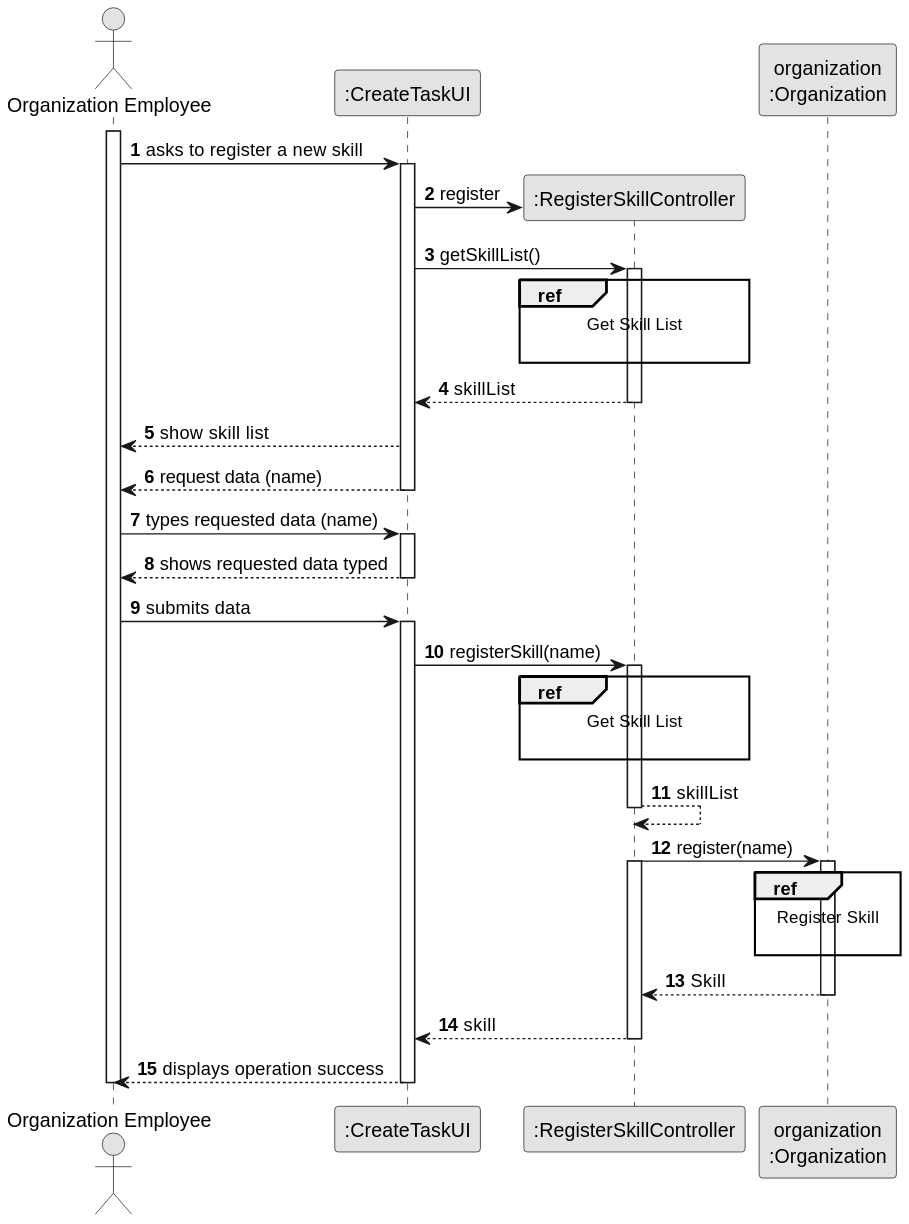
Above: docs/sprintB/us001/03.design/svg/us001-sequence-diagram-split.svg in SAEmanuel/Green_Spaces_Management_ISEP (PlantUML), before the change. Its diagram source:
```plantuml
@startuml
skinparam monochrome true
skinparam packageStyle rectangle
skinparam shadowing false

autonumber

actor "Organization Employee" as ADM
participant ":CreateTaskUI" as UI
participant ":RegisterSkillController" as CTRL
participant "organization\n:Organization" as ORG

activate ADM

    ADM -> UI : asks to register a new skill

    activate UI

        UI -> CTRL** : register
        UI -> CTRL : getSkillList()
        ref over CTRL
            Get Skill List

        end ref

        activate CTRL

            CTRL --> UI : skillList
        deactivate CTRL

        UI --> ADM : show skill list
        UI --> ADM : request data (name)

    deactivate UI


    deactivate UI

    ADM -> UI : types requested data (name)
    activate UI

        UI --> ADM : shows requested data typed
    deactivate UI

    ADM -> UI : submits data
    activate UI

        UI -> CTRL : registerSkill(name)
        activate CTRL



                ref over CTRL
                    Get Skill List

                end ref

                CTRL --> CTRL : skillList
            deactivate CTRL


            deactivate CTRL


            CTRL -> ORG: register(name)

            activate CTRL

            activate ORG

                ref over ORG
                    Register Skill

                end

                ORG --> CTRL : Skill
            deactivate ORG

            CTRL --> UI: skill
            deactivate CTRL
            UI --> ADM: displays operation success
    deactivate UI

deactivate ADM
@enduml
```
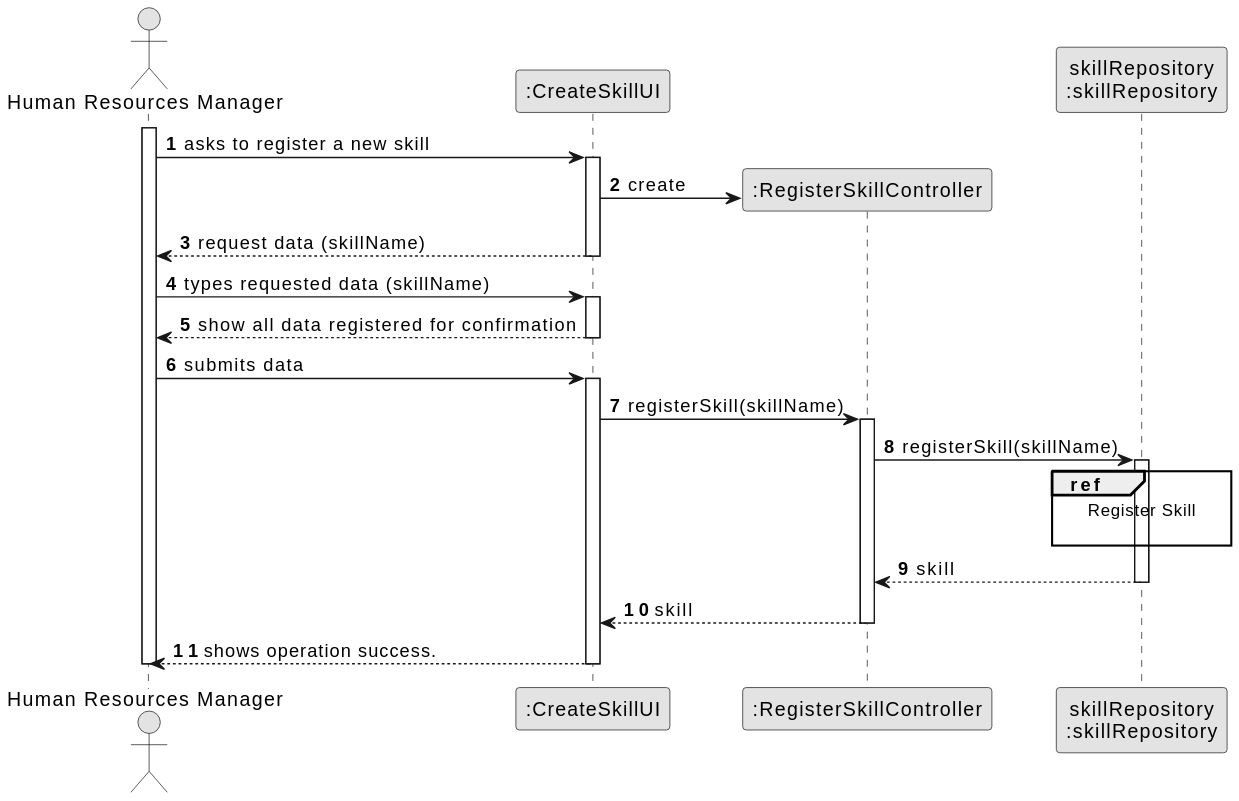
The same file after the commit.

What changed in the source:
```diff
@@ -5,10 +5,10 @@
 
 autonumber
 
-actor "Organization Employee" as ADM
-participant ":CreateTaskUI" as UI
+actor "Human Resources Manager" as ADM
+participant ":CreateSkillUI" as UI
 participant ":RegisterSkillController" as CTRL
-participant "organization\n:Organization" as ORG
+participant "skillRepository\n:skillRepository" as skillRepository
 
 activate ADM
 
@@ -16,69 +16,47 @@
 
     activate UI
 
-        UI -> CTRL** : register
-        UI -> CTRL : getSkillList()
-        ref over CTRL
-            Get Skill List
+        UI -> CTRL** : create
 
-        end ref
 
-        activate CTRL
-
-            CTRL --> UI : skillList
-        deactivate CTRL
-
-        UI --> ADM : show skill list
-        UI --> ADM : request data (name)
+        UI --> ADM : request data (skillName)
 
     deactivate UI
 
 
     deactivate UI
 
-    ADM -> UI : types requested data (name)
+    ADM -> UI : types requested data (skillName)
     activate UI
 
-        UI --> ADM : shows requested data typed
+        UI --> ADM : show all data registered  for confirmation
     deactivate UI
 
     ADM -> UI : submits data
     activate UI
 
-        UI -> CTRL : registerSkill(name)
+
+        UI -> CTRL : registerSkill(skillName)
         activate CTRL
 
 
 
-                ref over CTRL
-                    Get Skill List
-
-                end ref
-
-                CTRL --> CTRL : skillList
-            deactivate CTRL
+            CTRL -> skillRepository: registerSkill(skillName)
 
 
-            deactivate CTRL
+            activate skillRepository
 
-
-            CTRL -> ORG: register(name)
-
-            activate CTRL
-
-            activate ORG
-
-                ref over ORG
+                ref over skillRepository
                     Register Skill
 
                 end
 
-                ORG --> CTRL : Skill
-            deactivate ORG
+                skillRepository --> CTRL : skill
+            deactivate skillRepository
 
             CTRL --> UI: skill
             deactivate CTRL
-            UI --> ADM: displays operation success
+            UI --> ADM: shows operation success.
     deactivate UI
 
 deactivate ADM
```
